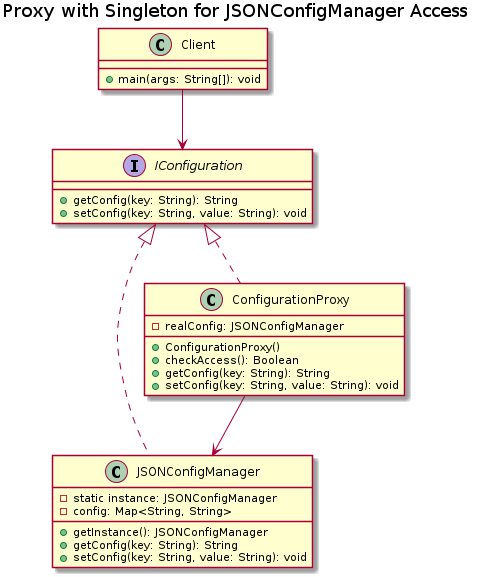
Earlier version of the PlantUML export UML/Proxy/save.proxy.png (project-survivor/documentation).
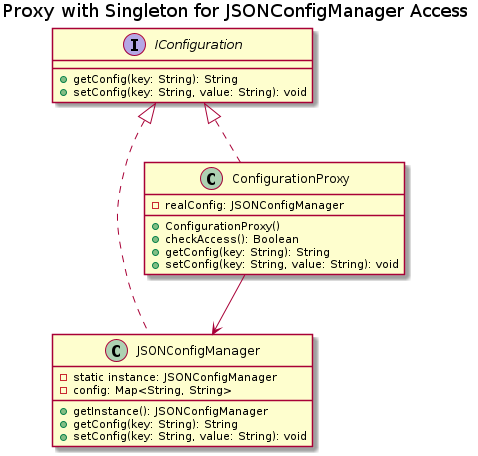
After the commit.

Diff of the diagram source:
```diff
@@ -22,11 +22,6 @@
     + setConfig(key: String, value: String): void
 }
 
-class Client {
-    + main(args: String[]): void
-}
-
-Client --> IConfiguration
 ConfigurationProxy --> JSONConfigManager
 
 @enduml
```
